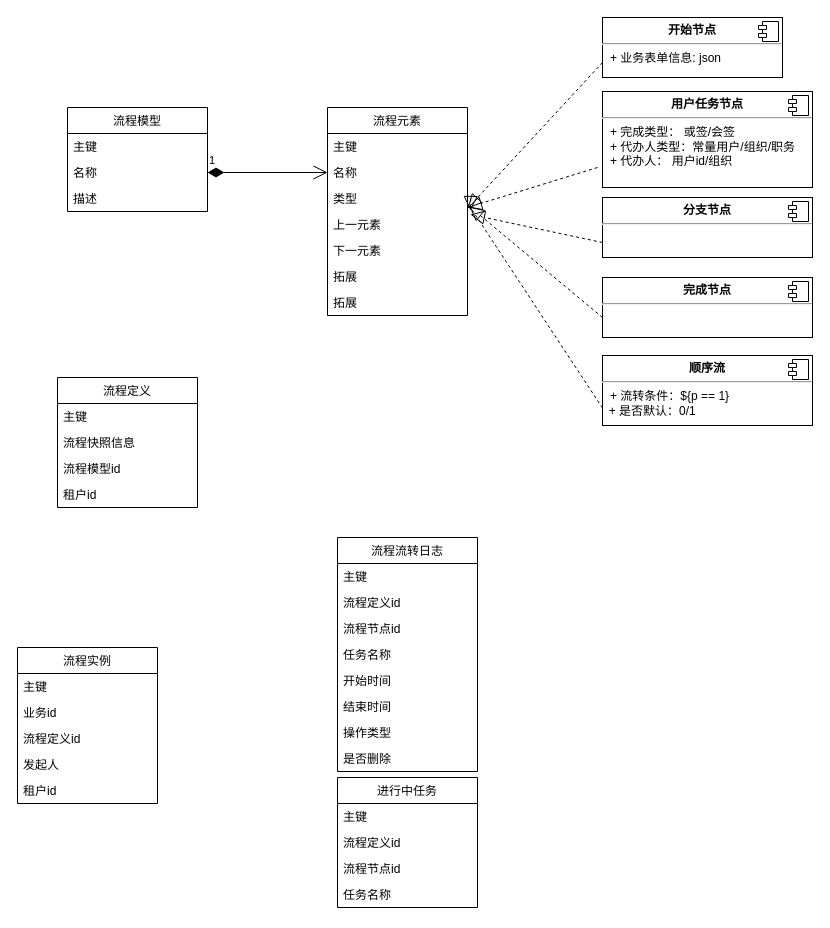
This is page "object" (1 of 4) of 工作流.drawio from zzuklj/draw-io-respository, a draw.io file, before an edit. Source tidied: cells renumbered, new cells numbered last; positions are measured from the earlier drawing's top-left corner, leaving out a move shared by most shapes. Both pictures are drawn from the tidied source at 100%, with x=0, y=0 at pixel (17, 17).
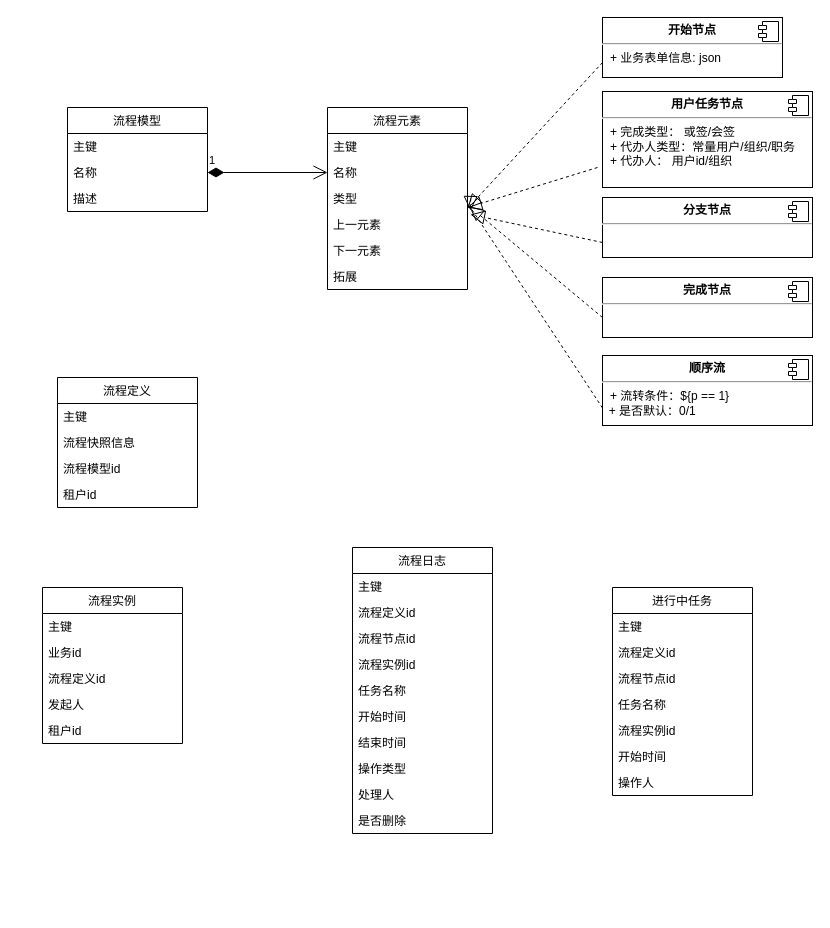
The same diagram, later.

Diff of the diagram source:
```diff
@@
     <mxCell id="6" value="流程元素" style="swimlane;fontStyle=0;horizontal=1;startSize=26;fillColor=none;" parent="1" vertex="1">
-      <mxGeometry x="310" y="90" width="140" height="208" as="geometry" />
+      <mxGeometry x="310" y="90" width="140" height="182" as="geometry" />
     </mxCell>
@@
-    <mxCell id="13" value="拓展" style="text;strokeColor=none;fillColor=none;align=left;verticalAlign=top;spacingLeft=4;spacingRight=4;overflow=hidden;" parent="6" vertex="1">
-      <mxGeometry y="182" width="140" height="26" as="geometry" />
-    </mxCell>
     <mxCell id="14" value="流程实例" style="swimlane;fontStyle=0;horizontal=1;startSize=26;fillColor=none;" parent="1" vertex="1">
-      <mxGeometry y="630" width="140" height="156" as="geometry" />
+      <mxGeometry x="25" y="570" width="140" height="156" as="geometry" />
     </mxCell>
@@
-    <mxCell id="20" value="流程流转日志" style="swimlane;fontStyle=0;horizontal=1;startSize=26;fillColor=none;" parent="1" vertex="1">
-      <mxGeometry x="320" y="520" width="140" height="234" as="geometry" />
+    <mxCell id="20" value="流程日志" style="swimlane;fontStyle=0;horizontal=1;startSize=26;fillColor=none;" parent="1" vertex="1">
+      <mxGeometry x="335" y="530" width="140" height="286" as="geometry" />
     </mxCell>
@@
+    <mxCell id="55" value="流程实例id" style="text;strokeColor=none;fillColor=none;align=left;verticalAlign=top;spacingLeft=4;spacingRight=4;overflow=hidden;" parent="20" vertex="1">
+      <mxGeometry y="104" width="140" height="26" as="geometry" />
+    </mxCell>
     <mxCell id="24" value="任务名称" style="text;strokeColor=none;fillColor=none;align=left;verticalAlign=top;spacingLeft=4;spacingRight=4;overflow=hidden;" parent="20" vertex="1">
-      <mxGeometry y="104" width="140" height="26" as="geometry" />
+      <mxGeometry y="130" width="140" height="26" as="geometry" />
     </mxCell>
     <mxCell id="25" value="开始时间" style="text;strokeColor=none;fillColor=none;align=left;verticalAlign=top;spacingLeft=4;spacingRight=4;overflow=hidden;" parent="20" vertex="1">
-      <mxGeometry y="130" width="140" height="26" as="geometry" />
+      <mxGeometry y="156" width="140" height="26" as="geometry" />
     </mxCell>
     <mxCell id="26" value="结束时间" style="text;strokeColor=none;fillColor=none;align=left;verticalAlign=top;spacingLeft=4;spacingRight=4;overflow=hidden;" parent="20" vertex="1">
-      <mxGeometry y="156" width="140" height="26" as="geometry" />
+      <mxGeometry y="182" width="140" height="26" as="geometry" />
     </mxCell>
     <mxCell id="27" value="操作类型" style="text;strokeColor=none;fillColor=none;align=left;verticalAlign=top;spacingLeft=4;spacingRight=4;overflow=hidden;" parent="20" vertex="1">
-      <mxGeometry y="182" width="140" height="26" as="geometry" />
+      <mxGeometry y="208" width="140" height="26" as="geometry" />
     </mxCell>
-    <mxCell id="28" value="是否删除" style="text;strokeColor=none;fillColor=none;align=left;verticalAlign=top;spacingLeft=4;spacingRight=4;overflow=hidden;" parent="20" vertex="1">
-      <mxGeometry y="208" width="140" height="26" as="geometry" />
+    <mxCell id="28" value="处理人" style="text;strokeColor=none;fillColor=none;align=left;verticalAlign=top;spacingLeft=4;spacingRight=4;overflow=hidden;" parent="20" vertex="1">
+      <mxGeometry y="234" width="140" height="26" as="geometry" />
     </mxCell>
+    <mxCell id="56" value="是否删除" style="text;strokeColor=none;fillColor=none;align=left;verticalAlign=top;spacingLeft=4;spacingRight=4;overflow=hidden;" parent="20" vertex="1">
+      <mxGeometry y="260" width="140" height="26" as="geometry" />
+    </mxCell>
@@
     <mxCell id="47" value="进行中任务" style="swimlane;fontStyle=0;horizontal=1;startSize=26;fillColor=none;" parent="1" vertex="1">
-      <mxGeometry x="320" y="760" width="140" height="130" as="geometry" />
+      <mxGeometry x="595" y="570" width="140" height="208" as="geometry" />
     </mxCell>
@@
+    <mxCell id="57" value="流程实例id" style="text;strokeColor=none;fillColor=none;align=left;verticalAlign=top;spacingLeft=4;spacingRight=4;overflow=hidden;" parent="47" vertex="1">
+      <mxGeometry y="130" width="140" height="26" as="geometry" />
+    </mxCell>
+    <mxCell id="58" value="开始时间" style="text;strokeColor=none;fillColor=none;align=left;verticalAlign=top;spacingLeft=4;spacingRight=4;overflow=hidden;" parent="47" vertex="1">
+      <mxGeometry y="156" width="140" height="26" as="geometry" />
+    </mxCell>
+    <mxCell id="59" value="操作人" style="text;strokeColor=none;fillColor=none;align=left;verticalAlign=top;spacingLeft=4;spacingRight=4;overflow=hidden;" parent="47" vertex="1">
+      <mxGeometry y="182" width="140" height="26" as="geometry" />
+    </mxCell>
```
